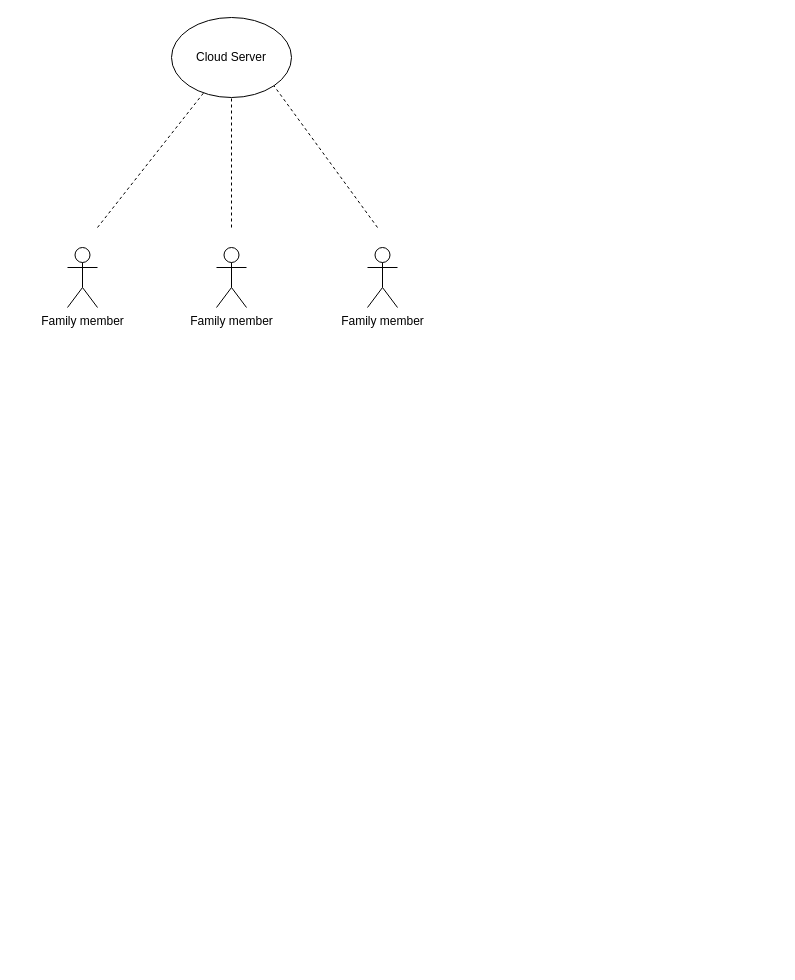
Before: page "Brief Information" (1 of 2) of FallApp.drawio in Wal1y/DiagramsRepo, a draw.io diagram. Source tidied: cells renumbered, new cells numbered last; positions are measured from the earlier drawing's top-left corner, leaving out a move shared by most shapes. Both pictures are drawn from the tidied source at 100%, with x=0, y=0 at pixel (67, 17).
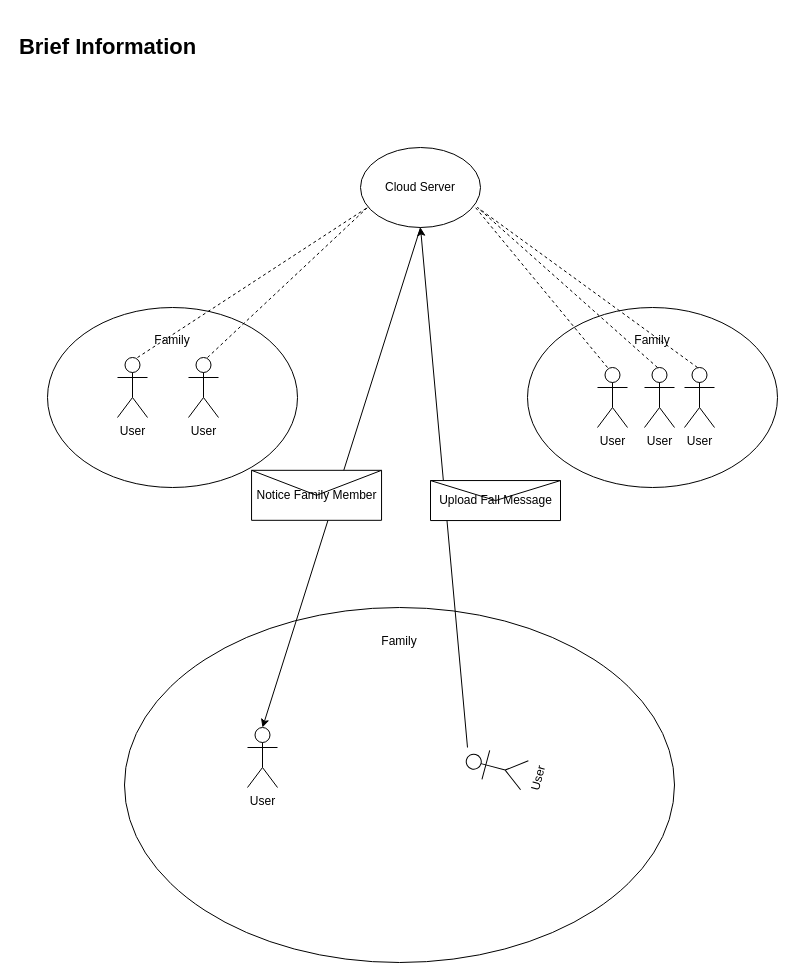
The same page after the edit.

The edit, as a diff of the source:
```diff
@@
     <mxCell id="2" value="Cloud Server" style="ellipse;whiteSpace=wrap;html=1;" parent="1" vertex="1">
-      <mxGeometry x="104" width="120" height="80" as="geometry" />
+      <mxGeometry x="293" y="130" width="120" height="80" as="geometry" />
     </mxCell>
-    <mxCell id="3" value="Family member" style="shape=umlActor;verticalLabelPosition=bottom;verticalAlign=top;html=1;" parent="1" vertex="1">
-      <mxGeometry y="230" width="30" height="60" as="geometry" />
+    <mxCell id="3" value="User" style="shape=umlActor;verticalLabelPosition=bottom;verticalAlign=top;html=1;" parent="1" vertex="1">
+      <mxGeometry x="50" y="340" width="30" height="60" as="geometry" />
     </mxCell>
-    <mxCell id="4" value="Family member" style="shape=umlActor;verticalLabelPosition=bottom;verticalAlign=top;html=1;" parent="1" vertex="1">
-      <mxGeometry x="149" y="230" width="30" height="60" as="geometry" />
+    <mxCell id="4" value="User" style="shape=umlActor;verticalLabelPosition=bottom;verticalAlign=top;html=1;" parent="1" vertex="1">
+      <mxGeometry x="121" y="340" width="30" height="60" as="geometry" />
     </mxCell>
-    <mxCell id="5" value="Family member" style="shape=umlActor;verticalLabelPosition=bottom;verticalAlign=top;html=1;" parent="1" vertex="1">
-      <mxGeometry x="300" y="230" width="30" height="60" as="geometry" />
+    <mxCell id="5" value="User" style="shape=umlActor;verticalLabelPosition=bottom;verticalAlign=top;html=1;" parent="1" vertex="1">
+      <mxGeometry x="530" y="350" width="30" height="60" as="geometry" />
     </mxCell>
-    <mxCell id="6" style="endArrow=none;dashed=1;html=1;" parent="1" edge="1" target="2">
-      <mxGeometry relative="1" as="geometry">
-        <mxPoint x="30" y="210" as="sourcePoint" />
-      </mxGeometry>
-    </mxCell>
-    <mxCell id="7" style="endArrow=none;dashed=1;html=1;entryX=0.5;entryY=1;entryDx=0;entryDy=0;" parent="1" edge="1" target="2">
-      <mxGeometry relative="1" as="geometry">
-        <mxPoint x="164" y="210" as="sourcePoint" />
-      </mxGeometry>
-    </mxCell>
-    <mxCell id="8" style="endArrow=none;dashed=1;html=1;entryX=1;entryY=1;entryDx=0;entryDy=0;" parent="1" edge="1" target="2">
-      <mxGeometry relative="1" as="geometry">
-        <mxPoint x="310" y="210" as="sourcePoint" />
-      </mxGeometry>
-    </mxCell>
+    <mxCell id="9" value="User" style="shape=umlActor;verticalLabelPosition=bottom;verticalAlign=top;html=1;" parent="1" vertex="1">
+      <mxGeometry x="577" y="350" width="30" height="60" as="geometry" />
+    </mxCell>
+    <mxCell id="10" value="User" style="shape=umlActor;verticalLabelPosition=bottom;verticalAlign=top;html=1;" parent="1" vertex="1">
+      <mxGeometry x="617" y="350" width="30" height="60" as="geometry" />
+    </mxCell>
+    <mxCell id="11" value="Family&lt;br&gt;&lt;br&gt;&lt;br&gt;&lt;br&gt;&lt;br&gt;&lt;br&gt;&lt;br&gt;&lt;br&gt;&lt;br&gt;" style="ellipse;whiteSpace=wrap;html=1;fillColor=none;align=center;" parent="1" vertex="1">
+      <mxGeometry x="-20" y="290" width="250" height="180" as="geometry" />
+    </mxCell>
+    <mxCell id="12" value="Family&lt;br&gt;&lt;br&gt;&lt;br&gt;&lt;br&gt;&lt;br&gt;&lt;br&gt;&lt;br&gt;&lt;br&gt;&lt;br&gt;" style="ellipse;whiteSpace=wrap;html=1;fillColor=none;align=center;" parent="1" vertex="1">
+      <mxGeometry x="460" y="290" width="250" height="180" as="geometry" />
+    </mxCell>
+    <mxCell id="13" style="endArrow=none;dashed=1;html=1;" parent="1" edge="1">
+      <mxGeometry relative="1" as="geometry">
+        <mxPoint x="140" y="340" as="sourcePoint" />
+        <mxPoint x="300" y="190" as="targetPoint" />
+      </mxGeometry>
+    </mxCell>
+    <mxCell id="14" style="endArrow=none;dashed=1;html=1;" parent="1" edge="1">
+      <mxGeometry relative="1" as="geometry">
+        <mxPoint x="70" y="340" as="sourcePoint" />
+        <mxPoint x="300" y="190" as="targetPoint" />
+      </mxGeometry>
+    </mxCell>
+    <mxCell id="15" style="endArrow=none;dashed=1;html=1;entryX=0.949;entryY=0.733;entryDx=0;entryDy=0;entryPerimeter=0;" parent="1" edge="1" target="2">
+      <mxGeometry relative="1" as="geometry">
+        <mxPoint x="540" y="350" as="sourcePoint" />
+      </mxGeometry>
+    </mxCell>
+    <mxCell id="16" style="endArrow=none;dashed=1;html=1;" parent="1" edge="1">
+      <mxGeometry relative="1" as="geometry">
+        <mxPoint x="630" y="350" as="sourcePoint" />
+        <mxPoint x="410" y="190" as="targetPoint" />
+      </mxGeometry>
+    </mxCell>
+    <mxCell id="17" style="endArrow=none;dashed=1;html=1;" parent="1" edge="1">
+      <mxGeometry relative="1" as="geometry">
+        <mxPoint x="590" y="350" as="sourcePoint" />
+        <mxPoint x="410" y="190" as="targetPoint" />
+      </mxGeometry>
+    </mxCell>
+    <mxCell id="18" value="Family&lt;br&gt;&lt;br&gt;&lt;br&gt;&lt;br&gt;&lt;br&gt;&lt;br&gt;&lt;br&gt;&lt;br&gt;&lt;br&gt;&lt;br&gt;&lt;br&gt;&lt;br&gt;&lt;br&gt;&lt;br&gt;&lt;br&gt;&lt;br&gt;&lt;br&gt;&lt;br&gt;&lt;br&gt;&lt;br&gt;&lt;br&gt;" style="ellipse;whiteSpace=wrap;html=1;fillColor=none;align=center;" parent="1" vertex="1">
+      <mxGeometry x="57" y="590" width="550" height="355" as="geometry" />
+    </mxCell>
+    <mxCell id="19" value="User" style="shape=umlActor;verticalLabelPosition=bottom;verticalAlign=top;html=1;outlineConnect=0;fillColor=none;" parent="1" vertex="1">
+      <mxGeometry x="180" y="710" width="30" height="60" as="geometry" />
+    </mxCell>
+    <mxCell id="20" value="User" style="shape=umlActor;verticalLabelPosition=bottom;verticalAlign=top;html=1;fillColor=none;rotation=-75;" parent="1" vertex="1">
+      <mxGeometry x="413" y="720" width="30" height="60" as="geometry" />
+    </mxCell>
+    <mxCell id="21" style="endArrow=classic;html=1;entryX=0.5;entryY=1;entryDx=0;entryDy=0;" parent="1" edge="1" target="2">
+      <mxGeometry relative="1" as="geometry">
+        <mxPoint x="400" y="730" as="sourcePoint" />
+      </mxGeometry>
+    </mxCell>
+    <mxCell id="22" value="Upload Fall Message" style="shape=message;html=1;" parent="21" vertex="1">
+      <mxGeometry width="130" height="40" relative="1" as="geometry">
+        <mxPoint x="-13.5" y="-7" as="offset" />
+      </mxGeometry>
+    </mxCell>
+    <mxCell id="23" style="endArrow=classic;html=1;entryX=0.5;entryY=0;entryDx=0;entryDy=0;entryPerimeter=0;exitX=0.5;exitY=1;exitDx=0;exitDy=0;" parent="1" edge="1" source="2" target="19">
+      <mxGeometry relative="1" as="geometry" />
+    </mxCell>
+    <mxCell id="24" value="Notice Family Member" style="shape=message;html=1;" parent="23" vertex="1">
+      <mxGeometry width="130" height="50" relative="1" as="geometry">
+        <mxPoint x="-90" y="-7" as="offset" />
+      </mxGeometry>
+    </mxCell>
+    <mxCell id="25" value="&lt;font style=&quot;font-size: 22px&quot;&gt;&lt;b&gt;Brief Information&lt;/b&gt;&lt;/font&gt;" style="text;html=1;align=center;verticalAlign=middle;" parent="1" vertex="1">
+      <mxGeometry x="-50" y="20" width="180" height="20" as="geometry" />
+    </mxCell>
```
